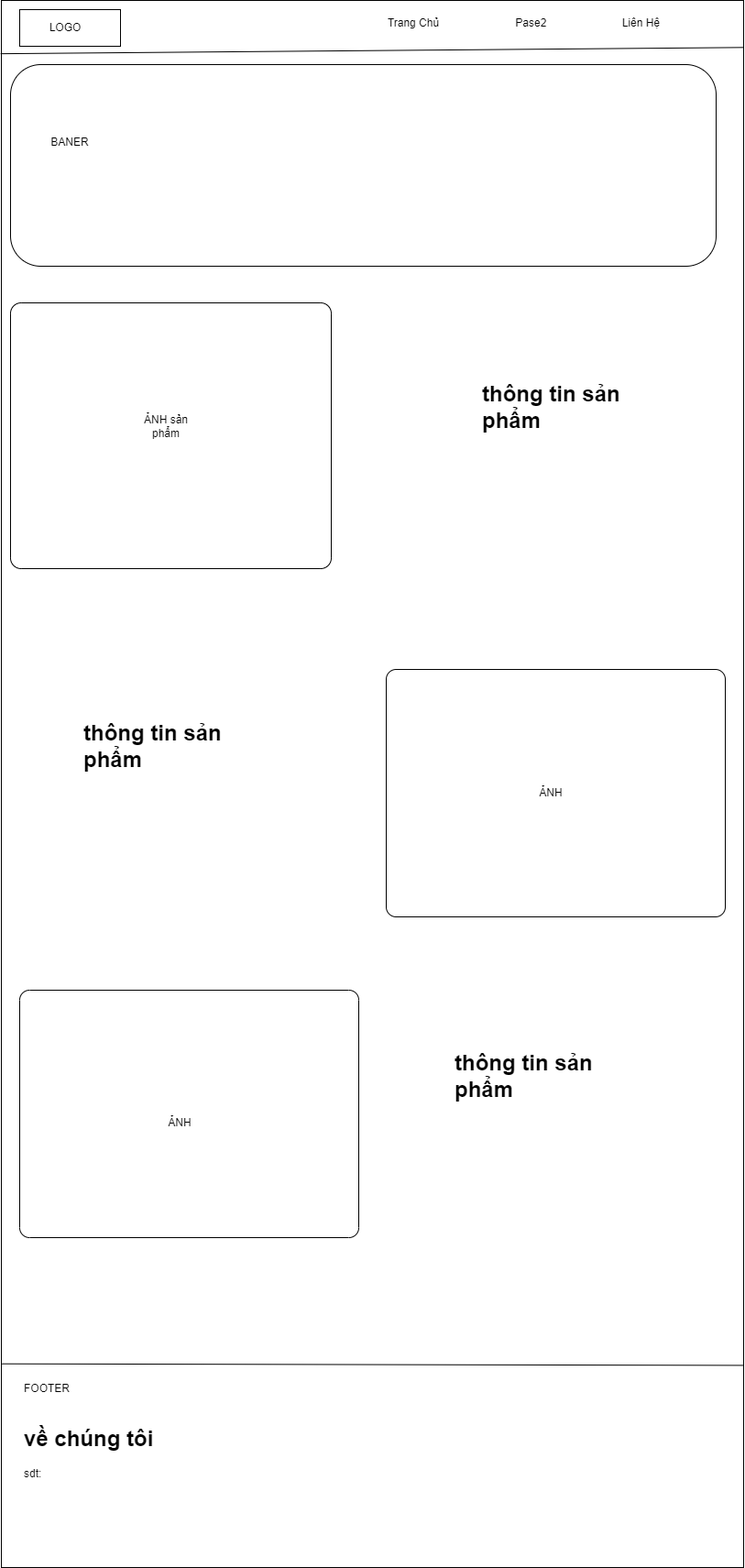
Earlier version of the draw.io export image/trang chủ máy tính.png (dinhthianhlinh/Web106_linhdta). Source tidied: cells renumbered, new cells last; positions are measured from the earlier drawing's top-left corner, leaving out a move shared by most shapes. The source it was exported from:
```xml
<mxGraphModel>
  <root>
    <mxCell id="0" />
    <mxCell id="1" parent="0" />
    <mxCell id="2" style="rounded=0;whiteSpace=wrap;html=1;" parent="1" vertex="1">
      <mxGeometry width="810" height="1710" as="geometry" />
    </mxCell>
    <mxCell id="3" style="rounded=0;whiteSpace=wrap;html=1;" parent="1" vertex="1">
      <mxGeometry x="20" y="10" width="110" height="40" as="geometry" />
    </mxCell>
    <mxCell id="4" value="LOGO" style="text;html=1;strokeColor=none;fillColor=none;align=center;verticalAlign=middle;whiteSpace=wrap;rounded=0;" parent="1" vertex="1">
      <mxGeometry x="40" y="15" width="60" height="30" as="geometry" />
    </mxCell>
    <mxCell id="5" value="Trang Chủ" style="text;html=1;strokeColor=none;fillColor=none;align=center;verticalAlign=middle;whiteSpace=wrap;rounded=0;" parent="1" vertex="1">
      <mxGeometry x="420" y="10" width="60" height="30" as="geometry" />
    </mxCell>
    <mxCell id="6" value="Pase2&amp;nbsp;" style="text;html=1;strokeColor=none;fillColor=none;align=center;verticalAlign=middle;whiteSpace=wrap;rounded=0;" parent="1" vertex="1">
      <mxGeometry x="550" y="10" width="60" height="30" as="geometry" />
    </mxCell>
    <mxCell id="7" value="Liên Hệ&amp;nbsp;" style="text;html=1;strokeColor=none;fillColor=none;align=center;verticalAlign=middle;whiteSpace=wrap;rounded=0;" parent="1" vertex="1">
      <mxGeometry x="670" y="10" width="60" height="30" as="geometry" />
    </mxCell>
    <mxCell id="8" style="rounded=1;whiteSpace=wrap;html=1;" parent="1" vertex="1">
      <mxGeometry x="10" y="70" width="770" height="220" as="geometry" />
    </mxCell>
    <mxCell id="9" value="BANER" style="text;html=1;strokeColor=none;fillColor=none;align=center;verticalAlign=middle;whiteSpace=wrap;rounded=0;" parent="1" vertex="1">
      <mxGeometry x="35" y="140" width="80" height="30" as="geometry" />
    </mxCell>
    <mxCell id="10" style="rounded=1;whiteSpace=wrap;html=1;arcSize=4;" parent="1" vertex="1">
      <mxGeometry x="10" y="330" width="350" height="290" as="geometry" />
    </mxCell>
    <mxCell id="11" value="&lt;h1&gt;thông tin sản phẩm&lt;/h1&gt;" style="text;html=1;strokeColor=none;fillColor=none;spacing=5;spacingTop=-20;whiteSpace=wrap;overflow=hidden;rounded=0;" parent="1" vertex="1">
      <mxGeometry x="520" y="410" width="190" height="120" as="geometry" />
    </mxCell>
    <mxCell id="12" value="ẢNH sản phẩm" style="text;html=1;strokeColor=none;fillColor=none;align=center;verticalAlign=middle;whiteSpace=wrap;rounded=0;" parent="1" vertex="1">
      <mxGeometry x="150" y="450" width="60" height="30" as="geometry" />
    </mxCell>
    <mxCell id="13" style="rounded=1;whiteSpace=wrap;html=1;arcSize=4;" parent="1" vertex="1">
      <mxGeometry x="420" y="730" width="370" height="270" as="geometry" />
    </mxCell>
    <mxCell id="14" value="ẢNH" style="text;html=1;strokeColor=none;fillColor=none;align=center;verticalAlign=middle;whiteSpace=wrap;rounded=0;" parent="1" vertex="1">
      <mxGeometry x="570" y="850" width="60" height="30" as="geometry" />
    </mxCell>
    <mxCell id="15" style="rounded=1;whiteSpace=wrap;html=1;arcSize=4;" parent="1" vertex="1">
      <mxGeometry x="20" y="1080" width="370" height="270" as="geometry" />
    </mxCell>
    <mxCell id="16" value="ẢNH" style="text;html=1;strokeColor=none;fillColor=none;align=center;verticalAlign=middle;whiteSpace=wrap;rounded=0;" parent="1" vertex="1">
      <mxGeometry x="165" y="1210" width="60" height="30" as="geometry" />
    </mxCell>
    <mxCell id="17" style="endArrow=none;html=1;rounded=0;exitX=0.001;exitY=0.87;exitDx=0;exitDy=0;exitPerimeter=0;entryX=1;entryY=0.871;entryDx=0;entryDy=0;entryPerimeter=0;" parent="1" edge="1" source="2" target="2">
      <mxGeometry relative="1" as="geometry" />
    </mxCell>
    <mxCell id="18" value="FOOTER" style="text;html=1;strokeColor=none;fillColor=none;align=center;verticalAlign=middle;whiteSpace=wrap;rounded=0;" parent="1" vertex="1">
      <mxGeometry x="20" y="1500" width="60" height="30" as="geometry" />
    </mxCell>
    <mxCell id="19" value="&lt;h1&gt;về chúng tôi&lt;/h1&gt;&lt;div&gt;sdt:&lt;/div&gt;&lt;div&gt;&lt;br&gt;&lt;/div&gt;" style="text;html=1;strokeColor=none;fillColor=none;spacing=5;spacingTop=-20;whiteSpace=wrap;overflow=hidden;rounded=0;" parent="1" vertex="1">
      <mxGeometry x="20" y="1550" width="190" height="120" as="geometry" />
    </mxCell>
    <mxCell id="20" style="endArrow=none;html=1;rounded=0;entryX=1;entryY=0.03;entryDx=0;entryDy=0;entryPerimeter=0;exitX=-0.001;exitY=0.034;exitDx=0;exitDy=0;exitPerimeter=0;" parent="1" edge="1" source="2" target="2">
      <mxGeometry relative="1" as="geometry" />
    </mxCell>
    <mxCell id="21" value="&lt;h1&gt;thông tin sản phẩm&lt;/h1&gt;" style="text;html=1;strokeColor=none;fillColor=none;spacing=5;spacingTop=-20;whiteSpace=wrap;overflow=hidden;rounded=0;" parent="1" vertex="1">
      <mxGeometry x="490" y="1140" width="190" height="120" as="geometry" />
    </mxCell>
    <mxCell id="22" value="&lt;h1&gt;thông tin sản phẩm&lt;/h1&gt;" style="text;html=1;strokeColor=none;fillColor=none;spacing=5;spacingTop=-20;whiteSpace=wrap;overflow=hidden;rounded=0;" parent="1" vertex="1">
      <mxGeometry x="85" y="780" width="190" height="120" as="geometry" />
    </mxCell>
  </root>
</mxGraphModel>
```
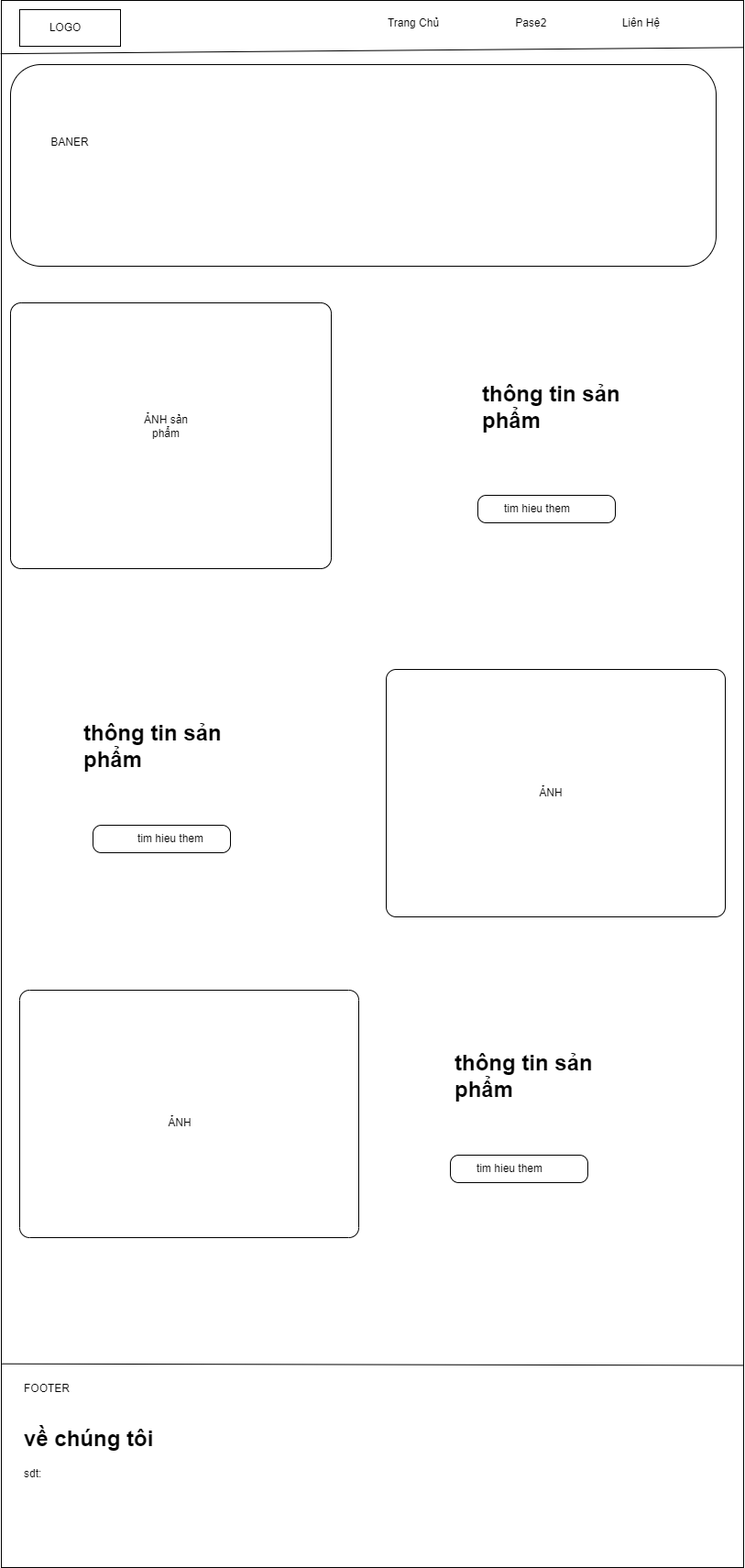
Above is the later version.

Commit message:
trang chu

Diff of the diagram source:
```diff
@@ -5,6 +5,12 @@
     <mxCell id="2" style="rounded=0;whiteSpace=wrap;html=1;" parent="1" vertex="1">
       <mxGeometry width="810" height="1710" as="geometry" />
     </mxCell>
+    <mxCell id="23" style="rounded=1;whiteSpace=wrap;html=1;arcSize=30;" parent="1" vertex="1">
+      <mxGeometry x="490" y="1260" width="150" height="30" as="geometry" />
+    </mxCell>
+    <mxCell id="24" style="rounded=1;whiteSpace=wrap;html=1;arcSize=30;" parent="1" vertex="1">
+      <mxGeometry x="100" y="900" width="150" height="30" as="geometry" />
+    </mxCell>
     <mxCell id="3" style="rounded=0;whiteSpace=wrap;html=1;" parent="1" vertex="1">
       <mxGeometry x="20" y="10" width="110" height="40" as="geometry" />
     </mxCell>
@@ -65,5 +71,17 @@
     <mxCell id="22" value="&lt;h1&gt;thông tin sản phẩm&lt;/h1&gt;" style="text;html=1;strokeColor=none;fillColor=none;spacing=5;spacingTop=-20;whiteSpace=wrap;overflow=hidden;rounded=0;" parent="1" vertex="1">
       <mxGeometry x="85" y="780" width="190" height="120" as="geometry" />
     </mxCell>
+    <mxCell id="25" style="rounded=1;whiteSpace=wrap;html=1;arcSize=30;" parent="1" vertex="1">
+      <mxGeometry x="520" y="540" width="150" height="30" as="geometry" />
+    </mxCell>
+    <mxCell id="26" value="tim hieu them" style="text;html=1;strokeColor=none;fillColor=none;align=center;verticalAlign=middle;whiteSpace=wrap;rounded=0;" parent="1" vertex="1">
+      <mxGeometry x="530" y="540" width="110" height="30" as="geometry" />
+    </mxCell>
+    <mxCell id="27" value="tim hieu them" style="text;html=1;strokeColor=none;fillColor=none;align=center;verticalAlign=middle;whiteSpace=wrap;rounded=0;" parent="1" vertex="1">
+      <mxGeometry x="500" y="1260" width="110" height="30" as="geometry" />
+    </mxCell>
+    <mxCell id="28" value="tim hieu them" style="text;html=1;strokeColor=none;fillColor=none;align=center;verticalAlign=middle;whiteSpace=wrap;rounded=0;" parent="1" vertex="1">
+      <mxGeometry x="130" y="900" width="110" height="30" as="geometry" />
+    </mxCell>
   </root>
 </mxGraphModel>
```
